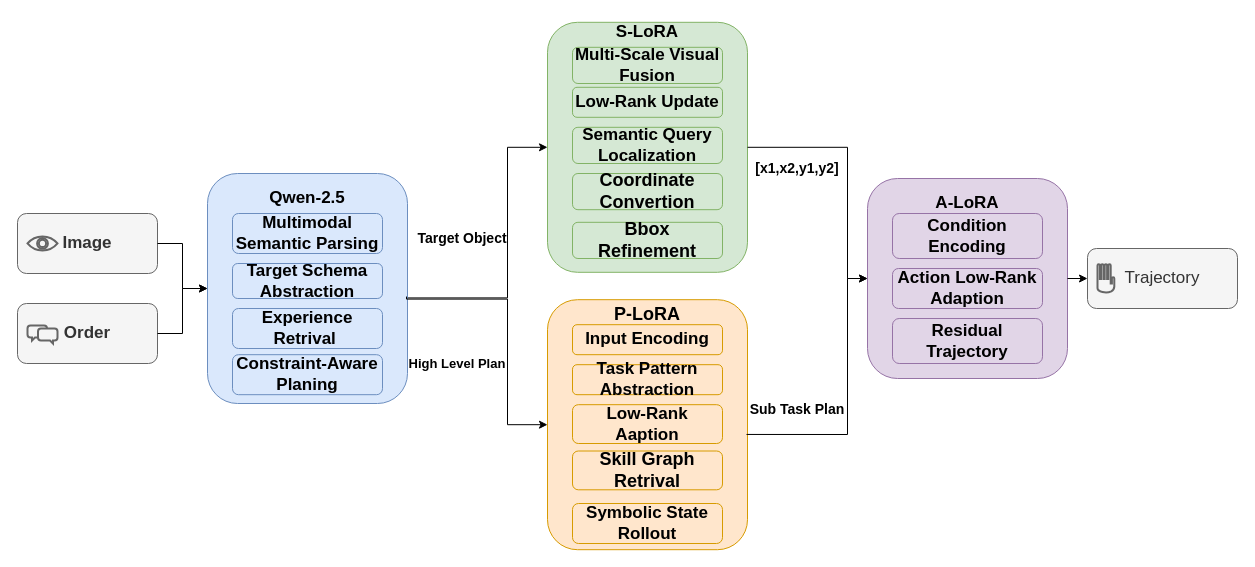
davidclose322/davidclose keeps this draw.io diagram as 模型框架图.drawio. Above is the earlier version. Source tidied: cells renumbered, new cells numbered last; positions are measured from the earlier drawing's top-left corner, leaving out a move shared by most shapes. Both pictures are drawn from the tidied source at 100%, with x=0, y=0 at pixel (17, 17).
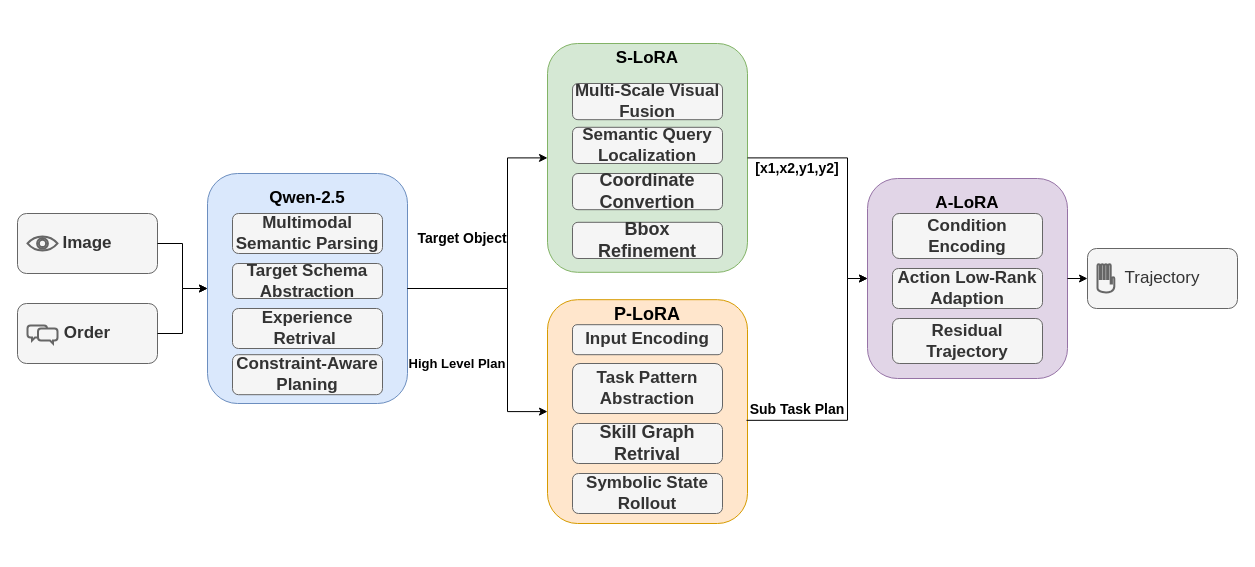
After the change.

Commit message:
更新模型框架图.drawio

The change refers to these unchanged cells:
```xml
<mxCell id="2" style="rounded=1;whiteSpace=wrap;html=1;fillColor=#dae8fc;strokeColor=#6c8ebf;" parent="1" vertex="1">
  <mxGeometry x="190" y="156" width="200" height="230" as="geometry" />
</mxCell>
<mxCell id="17" style="rounded=1;whiteSpace=wrap;html=1;fillColor=#e1d5e7;strokeColor=#9673a6;" parent="1" vertex="1">
  <mxGeometry x="850" y="161" width="200" height="200" as="geometry" />
</mxCell>
```

Diff of the diagram source:
```diff
@@
-    <mxCell id="3" value="&lt;b&gt;&lt;font style=&quot;font-size: 17px;&quot;&gt;Multimodal Semantic Parsing&lt;/font&gt;&lt;/b&gt;" style="rounded=1;whiteSpace=wrap;html=1;fillColor=#dae8fc;strokeColor=#6c8ebf;" parent="1" vertex="1">
+    <mxCell id="3" value="&lt;b&gt;&lt;font style=&quot;font-size: 17px;&quot;&gt;Multimodal Semantic Parsing&lt;/font&gt;&lt;/b&gt;" style="rounded=1;whiteSpace=wrap;html=1;fillColor=#f5f5f5;strokeColor=#666666;fontColor=#333333;" parent="1" vertex="1">
       <mxGeometry x="215" y="196" width="150" height="40" as="geometry" />
     </mxCell>
-    <mxCell id="4" value="&lt;b&gt;&lt;font style=&quot;font-size: 17px;&quot;&gt;Target Schema Abstraction&lt;/font&gt;&lt;/b&gt;" style="rounded=1;whiteSpace=wrap;html=1;fillColor=#dae8fc;strokeColor=#6c8ebf;" parent="1" vertex="1">
+    <mxCell id="4" value="&lt;b&gt;&lt;font style=&quot;font-size: 17px;&quot;&gt;Target Schema Abstraction&lt;/font&gt;&lt;/b&gt;" style="rounded=1;whiteSpace=wrap;html=1;fillColor=#f5f5f5;strokeColor=#666666;fontColor=#333333;" parent="1" vertex="1">
       <mxGeometry x="215" y="246" width="150" height="35" as="geometry" />
     </mxCell>
-    <mxCell id="5" value="&lt;b&gt;&lt;font style=&quot;font-size: 17px;&quot;&gt;Experience Retrival&amp;nbsp;&lt;/font&gt;&lt;/b&gt;" style="rounded=1;whiteSpace=wrap;html=1;fillColor=#dae8fc;strokeColor=#6c8ebf;" parent="1" vertex="1">
+    <mxCell id="5" value="&lt;b&gt;&lt;font style=&quot;font-size: 17px;&quot;&gt;Experience Retrival&amp;nbsp;&lt;/font&gt;&lt;/b&gt;" style="rounded=1;whiteSpace=wrap;html=1;fillColor=#f5f5f5;strokeColor=#666666;fontColor=#333333;" parent="1" vertex="1">
       <mxGeometry x="215" y="291" width="150" height="40" as="geometry" />
     </mxCell>
-    <mxCell id="6" value="&lt;b&gt;&lt;font style=&quot;font-size: 17px;&quot;&gt;Constraint-Aware Planing&lt;/font&gt;&lt;/b&gt;" style="rounded=1;whiteSpace=wrap;html=1;fillColor=#dae8fc;strokeColor=#6c8ebf;" parent="1" vertex="1">
+    <mxCell id="6" value="&lt;b&gt;&lt;font style=&quot;font-size: 17px;&quot;&gt;Constraint-Aware Planing&lt;/font&gt;&lt;/b&gt;" style="rounded=1;whiteSpace=wrap;html=1;fillColor=#f5f5f5;strokeColor=#666666;fontColor=#333333;" parent="1" vertex="1">
       <mxGeometry x="215" y="337.2" width="150" height="40" as="geometry" />
     </mxCell>
     <mxCell id="7" style="rounded=1;whiteSpace=wrap;html=1;fillColor=#ffe6cc;strokeColor=#d79b00;" parent="1" vertex="1">
-      <mxGeometry x="530" y="282.2" width="200" height="250" as="geometry" />
+      <mxGeometry x="530" y="282.2" width="200" height="223.8" as="geometry" />
     </mxCell>
-    <mxCell id="8" value="&lt;b&gt;&lt;font style=&quot;font-size: 17px;&quot;&gt;Input Encoding&lt;/font&gt;&lt;/b&gt;" style="rounded=1;whiteSpace=wrap;html=1;fillColor=#ffe6cc;strokeColor=#d79b00;" parent="1" vertex="1">
+    <mxCell id="8" value="&lt;b&gt;&lt;font style=&quot;font-size: 17px;&quot;&gt;Input Encoding&lt;/font&gt;&lt;/b&gt;" style="rounded=1;whiteSpace=wrap;html=1;fillColor=#f5f5f5;strokeColor=#666666;fontColor=#333333;" parent="1" vertex="1">
       <mxGeometry x="555" y="307.2" width="150" height="30" as="geometry" />
     </mxCell>
-    <mxCell id="9" value="&lt;b&gt;&lt;font style=&quot;font-size: 17px;&quot;&gt;Task Pattern Abstraction&lt;/font&gt;&lt;/b&gt;" style="rounded=1;whiteSpace=wrap;html=1;fillColor=#ffe6cc;strokeColor=#d79b00;" parent="1" vertex="1">
-      <mxGeometry x="555" y="347.2" width="150" height="30" as="geometry" />
+    <mxCell id="9" value="&lt;b&gt;&lt;font style=&quot;font-size: 17px;&quot;&gt;Task Pattern Abstraction&lt;/font&gt;&lt;/b&gt;" style="rounded=1;whiteSpace=wrap;html=1;fillColor=#f5f5f5;strokeColor=#666666;fontColor=#333333;" parent="1" vertex="1">
+      <mxGeometry x="555" y="346" width="150" height="50" as="geometry" />
     </mxCell>
-    <mxCell id="10" value="&lt;b&gt;&lt;font style=&quot;font-size: 17px;&quot;&gt;Low-Rank Aaption&lt;/font&gt;&lt;/b&gt;" style="rounded=1;whiteSpace=wrap;html=1;fillColor=#ffe6cc;strokeColor=#d79b00;" parent="1" vertex="1">
-      <mxGeometry x="555" y="387.2" width="150" height="38.8" as="geometry" />
-    </mxCell>
-    <mxCell id="11" value="&lt;b&gt;&lt;font style=&quot;font-size: 18px;&quot;&gt;Skill Graph Retrival&lt;/font&gt;&lt;/b&gt;" style="rounded=1;whiteSpace=wrap;html=1;fillColor=#ffe6cc;strokeColor=#d79b00;" parent="1" vertex="1">
-      <mxGeometry x="555" y="433.5" width="150" height="38.8" as="geometry" />
+    <mxCell id="11" value="&lt;b&gt;&lt;font style=&quot;font-size: 18px;&quot;&gt;Skill Graph Retrival&lt;/font&gt;&lt;/b&gt;" style="rounded=1;whiteSpace=wrap;html=1;fillColor=#f5f5f5;strokeColor=#666666;fontColor=#333333;" parent="1" vertex="1">
+      <mxGeometry x="555" y="406" width="150" height="40" as="geometry" />
     </mxCell>
     <mxCell id="12" style="rounded=1;whiteSpace=wrap;html=1;fillColor=#d5e8d4;strokeColor=#82b366;" parent="1" vertex="1">
-      <mxGeometry x="530" y="4.8" width="200" height="250" as="geometry" />
+      <mxGeometry x="530" y="26" width="200" height="228.8" as="geometry" />
     </mxCell>
-    <mxCell id="13" value="&lt;b&gt;&lt;font style=&quot;font-size: 17px;&quot;&gt;Multi-Scale Visual Fusion&lt;/font&gt;&lt;/b&gt;" style="rounded=1;whiteSpace=wrap;html=1;fillColor=#d5e8d4;strokeColor=#82b366;" parent="1" vertex="1">
-      <mxGeometry x="555" y="29.8" width="150" height="36.2" as="geometry" />
+    <mxCell id="13" value="&lt;b&gt;&lt;font style=&quot;font-size: 17px;&quot;&gt;Multi-Scale Visual Fusion&lt;/font&gt;&lt;/b&gt;" style="rounded=1;whiteSpace=wrap;html=1;fillColor=#f5f5f5;strokeColor=#666666;fontColor=#333333;" parent="1" vertex="1">
+      <mxGeometry x="555" y="66" width="150" height="36.2" as="geometry" />
     </mxCell>
-    <mxCell id="14" value="&lt;b&gt;&lt;font style=&quot;font-size: 17px;&quot;&gt;Low-Rank Update&lt;/font&gt;&lt;/b&gt;" style="rounded=1;whiteSpace=wrap;html=1;fillColor=#d5e8d4;strokeColor=#82b366;" parent="1" vertex="1">
-      <mxGeometry x="555" y="69.8" width="150" height="30" as="geometry" />
-    </mxCell>
-    <mxCell id="15" value="&lt;b&gt;&lt;font style=&quot;font-size: 17px;&quot;&gt;Semantic Query Localization&lt;/font&gt;&lt;/b&gt;" style="rounded=1;whiteSpace=wrap;html=1;fillColor=#d5e8d4;strokeColor=#82b366;" parent="1" vertex="1">
+    <mxCell id="15" value="&lt;b&gt;&lt;font style=&quot;font-size: 17px;&quot;&gt;Semantic Query Localization&lt;/font&gt;&lt;/b&gt;" style="rounded=1;whiteSpace=wrap;html=1;fillColor=#f5f5f5;strokeColor=#666666;fontColor=#333333;" parent="1" vertex="1">
       <mxGeometry x="555" y="109.8" width="150" height="36.2" as="geometry" />
     </mxCell>
-    <mxCell id="16" value="&lt;b&gt;&lt;font style=&quot;font-size: 18px;&quot;&gt;Coordinate Convertion&lt;/font&gt;&lt;/b&gt;" style="rounded=1;whiteSpace=wrap;html=1;fillColor=#d5e8d4;strokeColor=#82b366;" parent="1" vertex="1">
+    <mxCell id="16" value="&lt;b&gt;&lt;font style=&quot;font-size: 18px;&quot;&gt;Coordinate Convertion&lt;/font&gt;&lt;/b&gt;" style="rounded=1;whiteSpace=wrap;html=1;fillColor=#f5f5f5;strokeColor=#666666;fontColor=#333333;" parent="1" vertex="1">
       <mxGeometry x="555" y="156" width="150" height="36.2" as="geometry" />
     </mxCell>
@@
-    <mxCell id="18" value="&lt;b&gt;&lt;font style=&quot;font-size: 17px;&quot;&gt;Condition Encoding&lt;/font&gt;&lt;/b&gt;" style="rounded=1;whiteSpace=wrap;html=1;fillColor=#e1d5e7;strokeColor=#9673a6;" parent="1" vertex="1">
+    <mxCell id="18" value="&lt;b&gt;&lt;font style=&quot;font-size: 17px;&quot;&gt;Condition Encoding&lt;/font&gt;&lt;/b&gt;" style="rounded=1;whiteSpace=wrap;html=1;fillColor=#f5f5f5;strokeColor=#666666;fontColor=#333333;" parent="1" vertex="1">
       <mxGeometry x="875" y="196" width="150" height="45" as="geometry" />
     </mxCell>
-    <mxCell id="19" value="&lt;b&gt;&lt;font style=&quot;font-size: 17px;&quot;&gt;Action Low-Rank Adaption&lt;/font&gt;&lt;/b&gt;" style="rounded=1;whiteSpace=wrap;html=1;fillColor=#e1d5e7;strokeColor=#9673a6;" parent="1" vertex="1">
+    <mxCell id="19" value="&lt;b&gt;&lt;font style=&quot;font-size: 17px;&quot;&gt;Action Low-Rank Adaption&lt;/font&gt;&lt;/b&gt;" style="rounded=1;whiteSpace=wrap;html=1;fillColor=#f5f5f5;strokeColor=#666666;fontColor=#333333;" parent="1" vertex="1">
       <mxGeometry x="875" y="251" width="150" height="40" as="geometry" />
     </mxCell>
-    <mxCell id="20" value="&lt;b&gt;&lt;font style=&quot;font-size: 17px;&quot;&gt;Residual Trajectory&lt;/font&gt;&lt;/b&gt;" style="rounded=1;whiteSpace=wrap;html=1;fillColor=#e1d5e7;strokeColor=#9673a6;" parent="1" vertex="1">
+    <mxCell id="20" value="&lt;b&gt;&lt;font style=&quot;font-size: 17px;&quot;&gt;Residual Trajectory&lt;/font&gt;&lt;/b&gt;" style="rounded=1;whiteSpace=wrap;html=1;fillColor=#f5f5f5;strokeColor=#666666;fontColor=#333333;" parent="1" vertex="1">
       <mxGeometry x="875" y="301" width="150" height="45" as="geometry" />
     </mxCell>
-    <mxCell id="21" value="&lt;b&gt;&lt;font style=&quot;font-size: 18px;&quot;&gt;Bbox Refinement&lt;/font&gt;&lt;/b&gt;" style="rounded=1;whiteSpace=wrap;html=1;fillColor=#d5e8d4;strokeColor=#82b366;" parent="1" vertex="1">
+    <mxCell id="21" value="&lt;b&gt;&lt;font style=&quot;font-size: 18px;&quot;&gt;Bbox Refinement&lt;/font&gt;&lt;/b&gt;" style="rounded=1;whiteSpace=wrap;html=1;fillColor=#f5f5f5;strokeColor=#666666;fontColor=#333333;" parent="1" vertex="1">
       <mxGeometry x="555" y="204.8" width="150" height="36.2" as="geometry" />
     </mxCell>
-    <mxCell id="22" value="&lt;b&gt;&lt;font style=&quot;font-size: 17px;&quot;&gt;Symbolic State Rollout&lt;/font&gt;&lt;/b&gt;" style="rounded=1;whiteSpace=wrap;html=1;fillColor=#ffe6cc;strokeColor=#d79b00;" parent="1" vertex="1">
-      <mxGeometry x="555" y="486" width="150" height="40" as="geometry" />
+    <mxCell id="22" value="&lt;b&gt;&lt;font style=&quot;font-size: 17px;&quot;&gt;Symbolic State Rollout&lt;/font&gt;&lt;/b&gt;" style="rounded=1;whiteSpace=wrap;html=1;fillColor=#f5f5f5;strokeColor=#666666;fontColor=#333333;" parent="1" vertex="1">
+      <mxGeometry x="555" y="456" width="150" height="40" as="geometry" />
     </mxCell>
@@
     <mxCell id="28" value="&lt;b&gt;&lt;font style=&quot;font-size: 17px;&quot;&gt;S-LoRA&lt;/font&gt;&lt;/b&gt;" style="text;html=1;whiteSpace=wrap;strokeColor=none;fillColor=none;align=center;verticalAlign=middle;rounded=0;" parent="1" vertex="1">
-      <mxGeometry x="585" y="-0.2" width="90" height="30" as="geometry" />
+      <mxGeometry x="585" y="26" width="90" height="30" as="geometry" />
     </mxCell>
@@
-    <mxCell id="39" style="endArrow=classic;html=1;rounded=0;exitX=1.002;exitY=0.541;exitDx=0;exitDy=0;exitPerimeter=0;entryX=0;entryY=0.5;entryDx=0;entryDy=0;edgeStyle=orthogonalEdgeStyle;" parent="1" edge="1" source="2" target="12">
-      <mxGeometry relative="1" as="geometry">
-        <Array as="points">
-          <mxPoint x="490" y="280.4" />
-          <mxPoint x="490" y="129.8" />
-        </Array>
-      </mxGeometry>
-    </mxCell>
-    <mxCell id="40" style="endArrow=classic;html=1;rounded=0;entryX=0;entryY=0.5;entryDx=0;entryDy=0;edgeStyle=orthogonalEdgeStyle;exitX=0.995;exitY=0.535;exitDx=0;exitDy=0;exitPerimeter=0;" parent="1" edge="1" source="2" target="7">
-      <mxGeometry relative="1" as="geometry">
-        <Array as="points">
-          <mxPoint x="389" y="281.6" />
-          <mxPoint x="490" y="281.6" />
-          <mxPoint x="490" y="407.3" />
-        </Array>
-      </mxGeometry>
-    </mxCell>
@@
     <mxCell id="42" style="endArrow=classic;html=1;rounded=0;exitX=1;exitY=0.5;exitDx=0;exitDy=0;entryX=0;entryY=0.5;entryDx=0;entryDy=0;edgeStyle=orthogonalEdgeStyle;" parent="1" edge="1" source="12" target="17">
       <mxGeometry relative="1" as="geometry">
         <Array as="points">
-          <mxPoint x="830" y="129.8" />
+          <mxPoint x="830" y="140.4" />
           <mxPoint x="830" y="261" />
         </Array>
       </mxGeometry>
     </mxCell>
     <mxCell id="43" style="endArrow=classic;html=1;rounded=0;exitX=0.995;exitY=0.539;exitDx=0;exitDy=0;exitPerimeter=0;entryX=0;entryY=0.5;entryDx=0;entryDy=0;edgeStyle=orthogonalEdgeStyle;" parent="1" edge="1" source="7" target="17">
       <mxGeometry relative="1" as="geometry">
         <Array as="points">
-          <mxPoint x="830" y="417" />
+          <mxPoint x="830" y="402.9" />
           <mxPoint x="830" y="261" />
         </Array>
       </mxGeometry>
     </mxCell>
+    <mxCell id="39" style="endArrow=classic;html=1;rounded=0;exitX=1;exitY=0.5;exitDx=0;exitDy=0;entryX=0;entryY=0.5;entryDx=0;entryDy=0;edgeStyle=orthogonalEdgeStyle;" parent="1" edge="1" source="2" target="12">
+      <mxGeometry relative="1" as="geometry">
+        <Array as="points">
+          <mxPoint x="490" y="271" />
+          <mxPoint x="490" y="140.4" />
+        </Array>
+      </mxGeometry>
+    </mxCell>
+    <mxCell id="40" style="endArrow=classic;html=1;rounded=0;exitX=1;exitY=0.5;exitDx=0;exitDy=0;entryX=0;entryY=0.5;entryDx=0;entryDy=0;edgeStyle=orthogonalEdgeStyle;" parent="1" edge="1" source="2" target="7">
+      <mxGeometry relative="1" as="geometry">
+        <Array as="points">
+          <mxPoint x="490" y="271" />
+          <mxPoint x="490" y="394.1" />
+        </Array>
+      </mxGeometry>
+    </mxCell>
```
